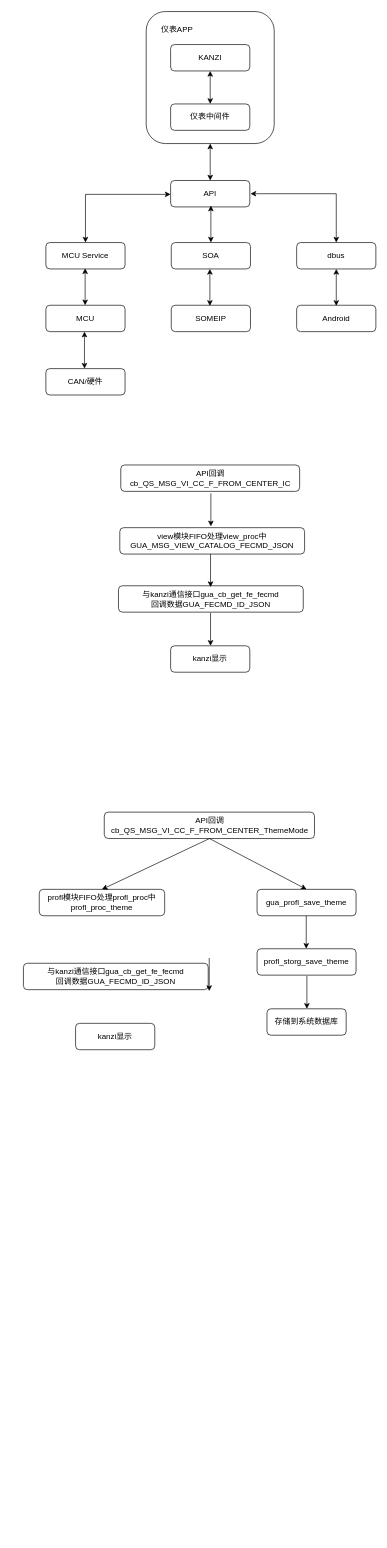
Above: 多屏互动.drawio in deminsight/bellwell60 (draw.io), before the change. Source tidied: cells renumbered, new cells numbered last; positions are measured from the earlier drawing's top-left corner, leaving out a move shared by most shapes. Both pictures are drawn from the tidied source at 66%, with x=0, y=0 at pixel (23, 11).
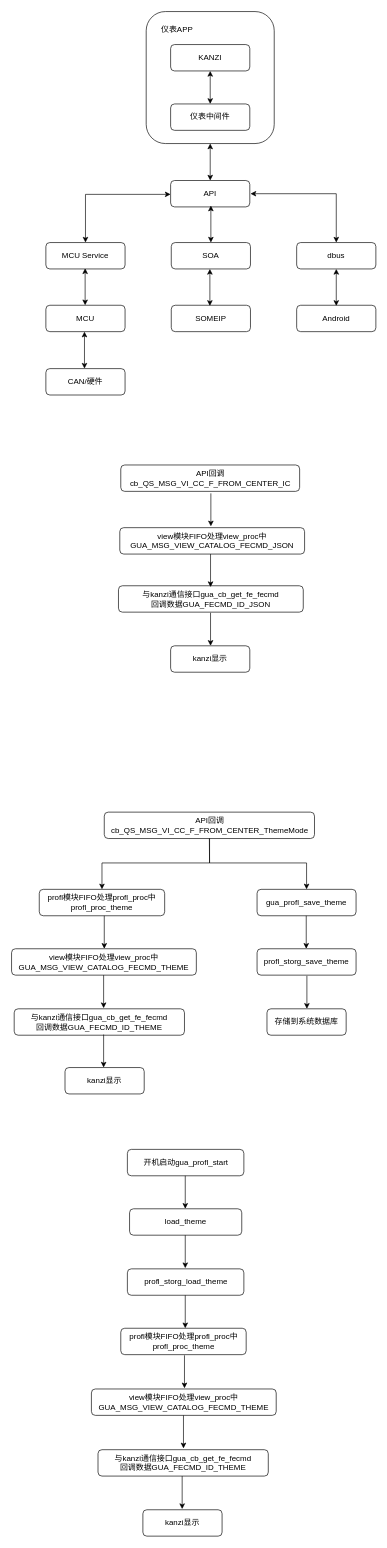
After the change.

Commit message:
更新多屏互动.drawio

Unchanged cells that the change refers to:
```xml
<mxCell id="30" value="API回调cb_QS_MSG_VI_CC_F_FROM_CENTER_ThemeMode" style="rounded=1;whiteSpace=wrap;html=1;fontSize=12;glass=0;strokeWidth=1;shadow=0;" parent="1" vertex="1">
  <mxGeometry x="122.5" y="1213" width="318.5" height="40" as="geometry" />
</mxCell>
<mxCell id="31" value="profl模块FIFO处理profl_proc中profl_proc_theme" style="rounded=1;whiteSpace=wrap;html=1;fontSize=12;glass=0;strokeWidth=1;shadow=0;" parent="1" vertex="1">
  <mxGeometry x="24" y="1330" width="190" height="40" as="geometry" />
</mxCell>
<mxCell id="40" value="gua_profl_save_theme" style="rounded=1;whiteSpace=wrap;html=1;fontSize=12;glass=0;strokeWidth=1;shadow=0;" parent="1" vertex="1">
  <mxGeometry x="354" y="1330" width="150" height="40" as="geometry" />
</mxCell>
```

Diff of the diagram source:
```diff
@@
     <mxCell id="32" style="endArrow=classic;html=1;rounded=0;entryX=0.5;entryY=0;entryDx=0;entryDy=0;" parent="1" edge="1" target="31">
       <mxGeometry relative="1" as="geometry">
         <mxPoint x="282" y="1253" as="sourcePoint" />
+        <Array as="points">
+          <mxPoint x="282" y="1290" />
+          <mxPoint x="119" y="1290" />
+        </Array>
       </mxGeometry>
     </mxCell>
-    <mxCell id="33" value="与kanzi通信接口gua_cb_get_fe_fecmd&lt;br&gt;回调数据GUA_FECMD_ID_JSON" style="rounded=1;whiteSpace=wrap;html=1;fontSize=12;glass=0;strokeWidth=1;shadow=0;" parent="1" vertex="1">
-      <mxGeometry y="1442" width="280" height="40" as="geometry" />
+    <mxCell id="33" value="与kanzi通信接口gua_cb_get_fe_fecmd&lt;br&gt;回调数据GUA_FECMD_ID_THEME" style="rounded=1;whiteSpace=wrap;html=1;fontSize=12;glass=0;strokeWidth=1;shadow=0;" parent="1" vertex="1">
+      <mxGeometry x="-14" y="1511" width="258" height="40" as="geometry" />
     </mxCell>
     <mxCell id="34" style="endArrow=classic;html=1;rounded=0;entryX=0.5;entryY=0;entryDx=0;entryDy=0;exitX=0.5;exitY=1;exitDx=0;exitDy=0;" parent="1" edge="1" source="30" target="40">
-      <mxGeometry relative="1" as="geometry" />
+      <mxGeometry relative="1" as="geometry">
+        <Array as="points">
+          <mxPoint x="282" y="1290" />
+          <mxPoint x="429" y="1290" />
+        </Array>
+      </mxGeometry>
     </mxCell>
     <mxCell id="35" value="kanzi显示" style="rounded=1;whiteSpace=wrap;html=1;fontSize=12;glass=0;strokeWidth=1;shadow=0;" parent="1" vertex="1">
-      <mxGeometry x="79" y="1533" width="120" height="40" as="geometry" />
+      <mxGeometry x="63" y="1600" width="120" height="40" as="geometry" />
     </mxCell>
     <mxCell id="36" style="endArrow=classic;html=1;rounded=0;" parent="1" edge="1">
       <mxGeometry relative="1" as="geometry">
-        <mxPoint x="281.5" y="1434" as="sourcePoint" />
-        <mxPoint x="281.5" y="1484" as="targetPoint" />
+        <mxPoint x="122.5" y="1370" as="sourcePoint" />
+        <mxPoint x="122.5" y="1420" as="targetPoint" />
       </mxGeometry>
     </mxCell>
@@
+    <mxCell id="42" value="view模块FIFO处理view_proc中GUA_MSG_VIEW_CATALOG_FECMD_THEME" style="rounded=1;whiteSpace=wrap;html=1;fontSize=12;glass=0;strokeWidth=1;shadow=0;" parent="1" vertex="1">
+      <mxGeometry x="-18" y="1420" width="280" height="40" as="geometry" />
+    </mxCell>
+    <mxCell id="43" style="endArrow=classic;html=1;rounded=0;" parent="1" edge="1">
+      <mxGeometry relative="1" as="geometry">
+        <mxPoint x="121.5" y="1460" as="sourcePoint" />
+        <mxPoint x="121.5" y="1510" as="targetPoint" />
+      </mxGeometry>
+    </mxCell>
+    <mxCell id="44" style="endArrow=classic;html=1;rounded=0;" parent="1" edge="1">
+      <mxGeometry relative="1" as="geometry">
+        <mxPoint x="121.5" y="1550" as="sourcePoint" />
+        <mxPoint x="121.5" y="1600" as="targetPoint" />
+      </mxGeometry>
+    </mxCell>
+    <mxCell id="45" value="开机启动gua_profl_start" style="rounded=1;whiteSpace=wrap;html=1;fontSize=12;glass=0;strokeWidth=1;shadow=0;" parent="1" vertex="1">
+      <mxGeometry x="157.5" y="1724" width="176.5" height="40" as="geometry" />
+    </mxCell>
+    <mxCell id="46" value="profl模块FIFO处理profl_proc中profl_proc_theme" style="rounded=1;whiteSpace=wrap;html=1;fontSize=12;glass=0;strokeWidth=1;shadow=0;" parent="1" vertex="1">
+      <mxGeometry x="147.5" y="1995" width="190" height="40" as="geometry" />
+    </mxCell>
+    <mxCell id="47" value="与kanzi通信接口gua_cb_get_fe_fecmd&lt;br&gt;回调数据GUA_FECMD_ID_THEME" style="rounded=1;whiteSpace=wrap;html=1;fontSize=12;glass=0;strokeWidth=1;shadow=0;" parent="1" vertex="1">
+      <mxGeometry x="113" y="2179" width="258" height="40" as="geometry" />
+    </mxCell>
+    <mxCell id="48" value="kanzi显示" style="rounded=1;whiteSpace=wrap;html=1;fontSize=12;glass=0;strokeWidth=1;shadow=0;" parent="1" vertex="1">
+      <mxGeometry x="181" y="2270" width="120" height="40" as="geometry" />
+    </mxCell>
+    <mxCell id="49" value="view模块FIFO处理view_proc中GUA_MSG_VIEW_CATALOG_FECMD_THEME" style="rounded=1;whiteSpace=wrap;html=1;fontSize=12;glass=0;strokeWidth=1;shadow=0;" parent="1" vertex="1">
+      <mxGeometry x="103" y="2087" width="280" height="40" as="geometry" />
+    </mxCell>
+    <mxCell id="50" value="load_theme" style="rounded=1;whiteSpace=wrap;html=1;fontSize=12;glass=0;strokeWidth=1;shadow=0;" parent="1" vertex="1">
+      <mxGeometry x="160.8" y="1814" width="170" height="40" as="geometry" />
+    </mxCell>
+    <mxCell id="51" value="profl_storg_load_theme" style="rounded=1;whiteSpace=wrap;html=1;fontSize=12;glass=0;strokeWidth=1;shadow=0;" parent="1" vertex="1">
+      <mxGeometry x="157.5" y="1905" width="176.5" height="40" as="geometry" />
+    </mxCell>
+    <mxCell id="52" style="endArrow=classic;html=1;rounded=0;" parent="1" edge="1">
+      <mxGeometry relative="1" as="geometry">
+        <mxPoint x="245.2" y="1764" as="sourcePoint" />
+        <mxPoint x="245.2" y="1814" as="targetPoint" />
+      </mxGeometry>
+    </mxCell>
+    <mxCell id="53" style="endArrow=classic;html=1;rounded=0;" parent="1" edge="1">
+      <mxGeometry relative="1" as="geometry">
+        <mxPoint x="245.2" y="1854" as="sourcePoint" />
+        <mxPoint x="245.2" y="1904" as="targetPoint" />
+      </mxGeometry>
+    </mxCell>
+    <mxCell id="54" style="endArrow=classic;html=1;rounded=0;" parent="1" edge="1">
+      <mxGeometry relative="1" as="geometry">
+        <mxPoint x="245.2" y="1945" as="sourcePoint" />
+        <mxPoint x="245.2" y="1995" as="targetPoint" />
+      </mxGeometry>
+    </mxCell>
+    <mxCell id="55" style="endArrow=classic;html=1;rounded=0;" parent="1" edge="1">
+      <mxGeometry relative="1" as="geometry">
+        <mxPoint x="244" y="2036" as="sourcePoint" />
+        <mxPoint x="244" y="2086" as="targetPoint" />
+      </mxGeometry>
+    </mxCell>
+    <mxCell id="56" style="endArrow=classic;html=1;rounded=0;" parent="1" edge="1">
+      <mxGeometry relative="1" as="geometry">
+        <mxPoint x="242.5" y="2127" as="sourcePoint" />
+        <mxPoint x="242.5" y="2177" as="targetPoint" />
+      </mxGeometry>
+    </mxCell>
+    <mxCell id="57" style="endArrow=classic;html=1;rounded=0;" parent="1" edge="1">
+      <mxGeometry relative="1" as="geometry">
+        <mxPoint x="240.5" y="2219" as="sourcePoint" />
+        <mxPoint x="240.5" y="2269" as="targetPoint" />
+      </mxGeometry>
+    </mxCell>
```
